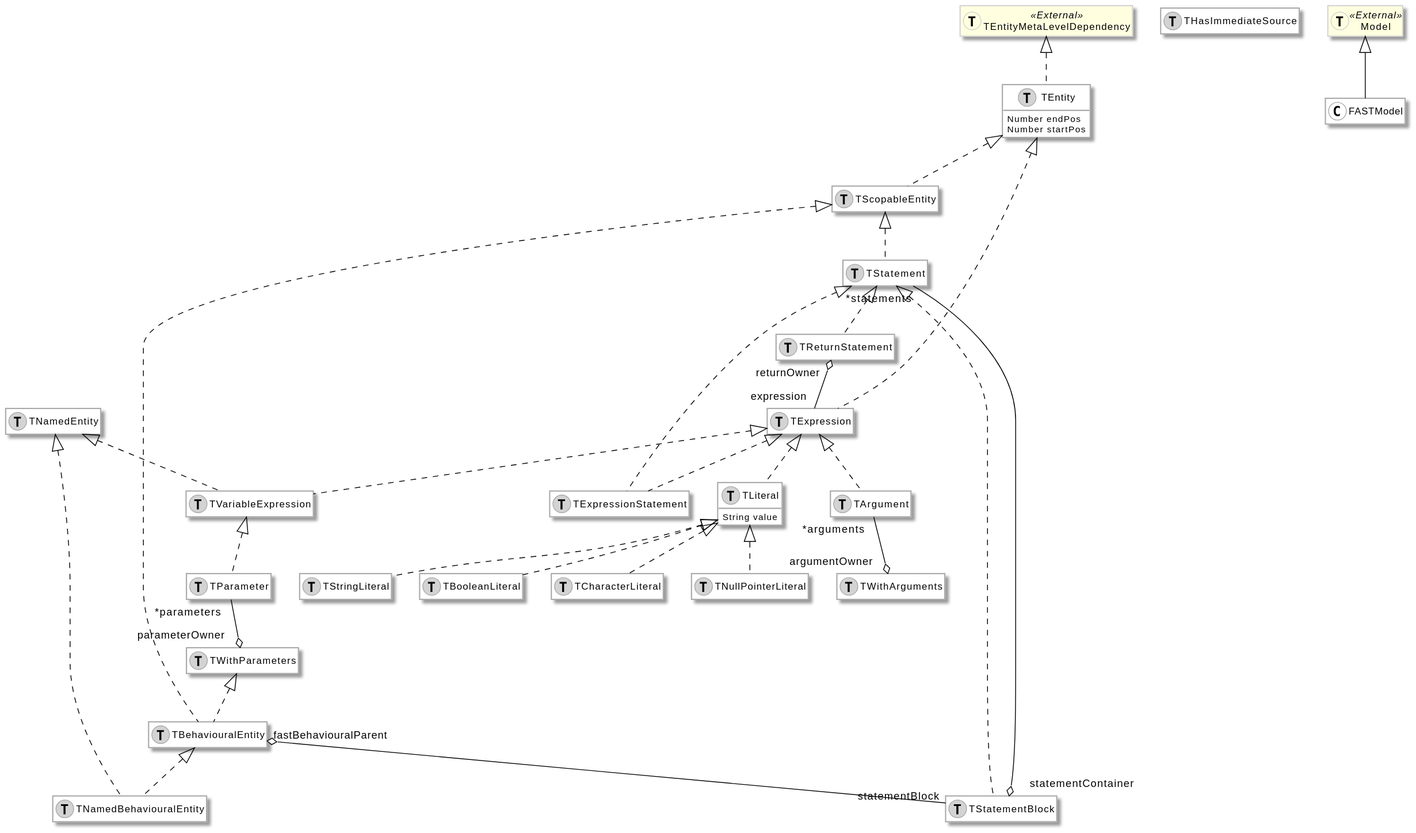
enwiro/FAST keeps this PlantUML diagram as doc/images/FASTCore.svg. Above is the earlier version.
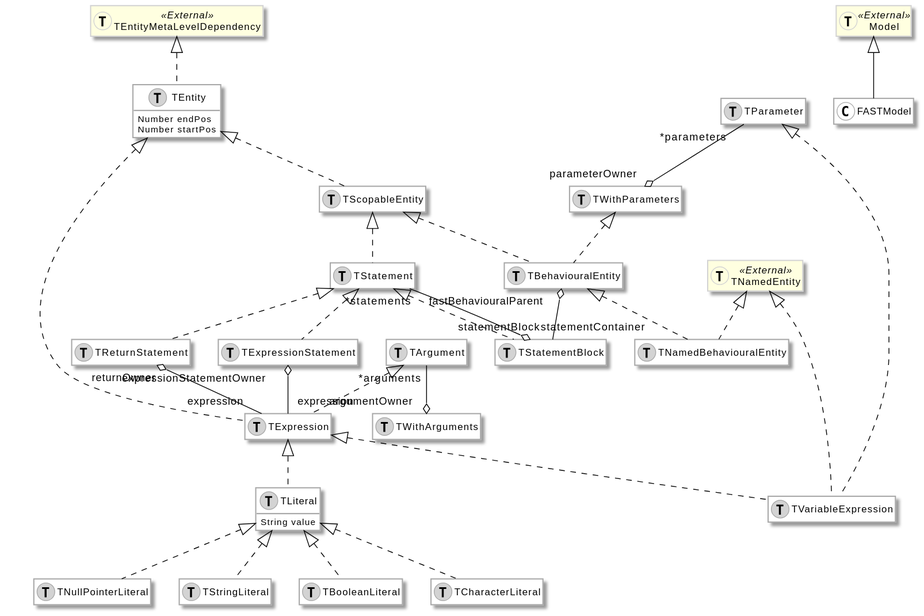
Later version of the same file.

Commit message:
Maj metaModel in traits

What changed in the source:
```diff
@@ -9,85 +9,80 @@
   BorderColor<<External>> LightGray
 }
 
+class TExpressionStatement << (T,lightGrey) >> {
+}
+class TScopableEntity << (T,lightGrey) >> {
+}
+class TStatementBlock << (T,lightGrey) >> {
+}
+class TWithParameters << (T,lightGrey) >> {
+}
+class TExpression << (T,lightGrey) >> {
+}
+class FASTModel << (C,white) >> {
+}
+class TArgument << (T,lightGrey) >> {
+}
+class TNamedBehaviouralEntity << (T,lightGrey) >> {
+}
 class TEntity << (T,lightGrey) >> {
   Number endPos
   Number startPos
 }
+class TVariableExpression << (T,lightGrey) >> {
+}
 class TBehaviouralEntity << (T,lightGrey) >> {
 }
-class THasImmediateSource << (T,lightGrey) >> {
+class TNullPointerLiteral << (T,lightGrey) >> {
 }
-class TParameter << (T,lightGrey) >> {
+class TStatement << (T,lightGrey) >> {
 }
 class TStringLiteral << (T,lightGrey) >> {
 }
-class TWithArguments << (T,lightGrey) >> {
+class TBooleanLiteral << (T,lightGrey) >> {
 }
-class TNamedBehaviouralEntity << (T,lightGrey) >> {
-}
-class TStatement << (T,lightGrey) >> {
-}
-class TStatementBlock << (T,lightGrey) >> {
-}
-class TNamedEntity << (T,lightGrey) >> {
+class TParameter << (T,lightGrey) >> {
 }
 class TLiteral << (T,lightGrey) >> {
   String value
 }
 class TReturnStatement << (T,lightGrey) >> {
 }
-class TWithParameters << (T,lightGrey) >> {
-}
-class TBooleanLiteral << (T,lightGrey) >> {
-}
-class TScopableEntity << (T,lightGrey) >> {
-}
-class TExpression << (T,lightGrey) >> {
-}
 class TCharacterLiteral << (T,lightGrey) >> {
 }
-class FASTModel << (C,white) >> {
-}
-class TArgument << (T,lightGrey) >> {
-}
-class TNullPointerLiteral << (T,lightGrey) >> {
-}
-class TExpressionStatement << (T,lightGrey) >> {
-}
-class TVariableExpression << (T,lightGrey) >> {
+class TWithArguments << (T,lightGrey) >> {
 }
 
+TStatement <|.. TExpressionStatement
+TEntity <|.. TScopableEntity
+TStatement <|.. TStatementBlock
+TArgument <|.. TExpression
+TEntity <|.. TExpression
+Model <|-- FASTModel
+TBehaviouralEntity <|.. TNamedBehaviouralEntity
+TNamedEntity <|.. TNamedBehaviouralEntity
 TEntityMetaLevelDependency <|.. TEntity
+TExpression <|.. TVariableExpression
+TParameter <|.. TVariableExpression
+TNamedEntity <|.. TVariableExpression
 TScopableEntity <|.. TBehaviouralEntity
 TWithParameters <|.. TBehaviouralEntity
-TVariableExpression <|.. TParameter
+TLiteral <|.. TNullPointerLiteral
+TScopableEntity <|.. TStatement
 TLiteral <|.. TStringLiteral
-TBehaviouralEntity <|.. TNamedBehaviouralEntity
-TNamedEntity <|.. TNamedBehaviouralEntity
-TScopableEntity <|.. TStatement
-TStatement <|.. TStatementBlock
+TLiteral <|.. TBooleanLiteral
 TExpression <|.. TLiteral
 TStatement <|.. TReturnStatement
-TLiteral <|.. TBooleanLiteral
-TEntity <|.. TScopableEntity
-TEntity <|.. TExpression
 TLiteral <|.. TCharacterLiteral
-Model <|-- FASTModel
-TExpression <|.. TArgument
-TLiteral <|.. TNullPointerLiteral
-TExpression <|.. TExpressionStatement
-TStatement <|.. TExpressionStatement
-TExpression <|.. TVariableExpression
-TNamedEntity <|.. TVariableExpression
 
+TExpressionStatement "expressionStatementOwner" o-- "expression" TExpression
+TArgument " *arguments" --o "argumentOwner" TWithArguments
 TBehaviouralEntity "fastBehaviouralParent" o-- "statementBlock" TStatementBlock
+TStatement " *statements" --o "statementContainer" TStatementBlock
 TParameter " *parameters" --o "parameterOwner" TWithParameters
-TStatement " *statements" --o "statementContainer" TStatementBlock
 TReturnStatement "returnOwner" o-- "expression" TExpression
-TArgument " *arguments" --o "argumentOwner" TWithArguments
 
+class TEntityMetaLevelDependency <<(T,LightYellow)External>>
 class Model <<(T,LightYellow)External>>
-class TEntityMetaLevelDependency <<(T,LightYellow)External>>
-
-
+class TNamedEntity <<(T,LightYellow)External>>
 @enduml
```
